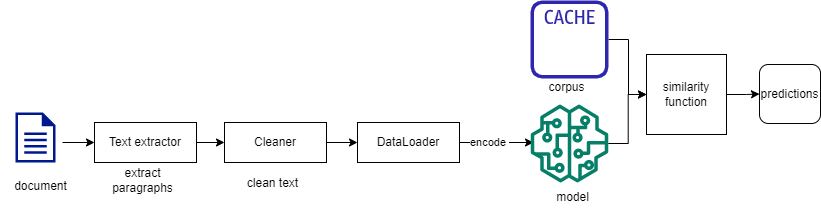
Before: docs/plagiarism_predict.png, a diagram exported from draw.io (abdoulfataoh/doc-summary-and-plagiarism-detection). Source tidied: cells renumbered, new cells last; positions are measured from the earlier drawing's top-left corner, leaving out a move shared by most shapes. Its diagram source:
```xml
<mxGraphModel>
  <root>
    <mxCell id="0" />
    <mxCell id="1" parent="0" />
    <mxCell id="2" style="edgeStyle=orthogonalEdgeStyle;rounded=0;jettySize=auto;html=1;entryX=0;entryY=0.5;entryDx=0;entryDy=0;" parent="1" edge="1" target="8">
      <mxGeometry relative="1" as="geometry">
        <mxPoint x="62" y="142" as="sourcePoint" />
      </mxGeometry>
    </mxCell>
    <mxCell id="3" value="&lt;span style=&quot;color: rgb(0, 0, 0); font-family: Helvetica; font-size: 11px; font-style: normal; font-variant-ligatures: normal; font-variant-caps: normal; font-weight: 400; letter-spacing: normal; orphans: 2; text-align: center; text-indent: 0px; text-transform: none; widows: 2; word-spacing: 0px; -webkit-text-stroke-width: 0px; background-color: rgb(255, 255, 255); text-decoration-thickness: initial; text-decoration-style: initial; text-decoration-color: initial; float: none; display: inline !important;&quot;&gt;encode&amp;nbsp;&lt;br&gt;&lt;/span&gt;" style="edgeStyle=orthogonalEdgeStyle;rounded=0;orthogonalLoop=1;jettySize=auto;html=1;" parent="1" edge="1">
      <mxGeometry relative="1" as="geometry">
        <mxPoint x="444" y="142" as="sourcePoint" />
        <mxPoint x="533" y="142" as="targetPoint" />
      </mxGeometry>
    </mxCell>
    <mxCell id="4" value="DataLoader" style="rounded=0;whiteSpace=wrap;html=1;" parent="1" vertex="1">
      <mxGeometry x="357" y="122" width="102" height="40" as="geometry" />
    </mxCell>
    <mxCell id="5" style="edgeStyle=orthogonalEdgeStyle;rounded=0;jettySize=auto;html=1;" parent="1" edge="1" source="6" target="4">
      <mxGeometry relative="1" as="geometry" />
    </mxCell>
    <mxCell id="6" value="Cleaner" style="rounded=0;whiteSpace=wrap;html=1;" parent="1" vertex="1">
      <mxGeometry x="224" y="122" width="102" height="40" as="geometry" />
    </mxCell>
    <mxCell id="7" style="edgeStyle=orthogonalEdgeStyle;rounded=0;jettySize=auto;html=1;" parent="1" edge="1" source="8" target="6">
      <mxGeometry relative="1" as="geometry" />
    </mxCell>
    <mxCell id="8" value="Text extractor" style="rounded=0;whiteSpace=wrap;html=1;" parent="1" vertex="1">
      <mxGeometry x="94" y="122" width="102" height="40" as="geometry" />
    </mxCell>
    <mxCell id="9" value="model" style="text;html=1;align=center;verticalAlign=middle;strokeColor=none;fillColor=none;" parent="1" vertex="1">
      <mxGeometry x="542" y="182" width="60" height="30" as="geometry" />
    </mxCell>
    <mxCell id="10" style="edgeStyle=orthogonalEdgeStyle;rounded=0;jettySize=auto;html=1;" parent="1" edge="1" source="11" target="17">
      <mxGeometry relative="1" as="geometry" />
    </mxCell>
    <mxCell id="11" style="sketch=0;outlineConnect=0;fontColor=#232F3E;gradientColor=none;fillColor=#067F68;strokeColor=none;dashed=0;verticalLabelPosition=bottom;verticalAlign=top;align=center;html=1;fontSize=12;fontStyle=0;shape=mxgraph.aws4.sagemaker_model;" parent="1" vertex="1">
      <mxGeometry x="530" y="104" width="78" height="78" as="geometry" />
    </mxCell>
    <mxCell id="12" value="document&lt;br&gt;" style="text;html=1;align=center;verticalAlign=middle;strokeColor=none;fillColor=none;" parent="1" vertex="1">
      <mxGeometry y="171" width="80" height="30" as="geometry" />
    </mxCell>
    <mxCell id="13" value="extract &lt;br&gt;paragraphs" style="text;html=1;align=center;verticalAlign=middle;strokeColor=none;fillColor=none;" parent="1" vertex="1">
      <mxGeometry x="102" y="160" width="80" height="40" as="geometry" />
    </mxCell>
    <mxCell id="14" style="sketch=0;shadow=0;dashed=0;html=1;strokeColor=none;labelPosition=center;verticalLabelPosition=bottom;verticalAlign=top;align=center;fillColor=#00188D;shape=mxgraph.mscae.enterprise.document;" parent="1" vertex="1">
      <mxGeometry x="15" y="112" width="40" height="50" as="geometry" />
    </mxCell>
    <mxCell id="15" value="clean text" style="text;html=1;align=center;verticalAlign=middle;strokeColor=none;fillColor=none;" parent="1" vertex="1">
      <mxGeometry x="237" y="168" width="70" height="30" as="geometry" />
    </mxCell>
    <mxCell id="16" style="edgeStyle=orthogonalEdgeStyle;rounded=0;jettySize=auto;html=1;" parent="1" edge="1" source="17" target="20">
      <mxGeometry relative="1" as="geometry" />
    </mxCell>
    <mxCell id="17" value="similarity function" style="whiteSpace=wrap;html=1;" parent="1" vertex="1">
      <mxGeometry x="646" y="54" width="80" height="80" as="geometry" />
    </mxCell>
    <mxCell id="18" style="edgeStyle=orthogonalEdgeStyle;rounded=0;jettySize=auto;html=1;" parent="1" edge="1" source="19" target="17">
      <mxGeometry relative="1" as="geometry" />
    </mxCell>
    <mxCell id="19" style="sketch=0;outlineConnect=0;fontColor=#232F3E;gradientColor=none;fillColor=#2E27AD;strokeColor=none;dashed=0;verticalLabelPosition=bottom;verticalAlign=top;align=center;html=1;fontSize=12;fontStyle=0;shape=mxgraph.aws4.cache_node;" parent="1" vertex="1">
      <mxGeometry x="530" width="78" height="78" as="geometry" />
    </mxCell>
    <mxCell id="20" value="predictions" style="rounded=1;whiteSpace=wrap;html=1;" parent="1" vertex="1">
      <mxGeometry x="759" y="64" width="61" height="59" as="geometry" />
    </mxCell>
    <mxCell id="21" value="corpus" style="text;html=1;align=center;verticalAlign=middle;strokeColor=none;fillColor=none;" parent="1" vertex="1">
      <mxGeometry x="536" y="72" width="60" height="30" as="geometry" />
    </mxCell>
  </root>
</mxGraphModel>
```
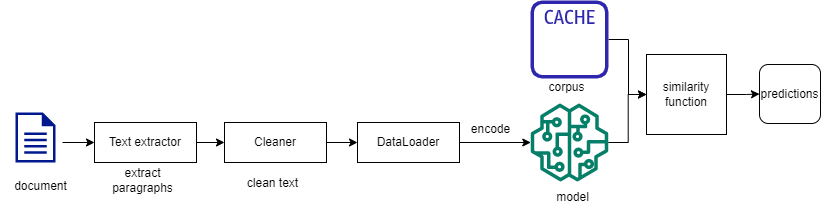
The same diagram one commit later.

Change to the diagram source:
```diff
@@ -7,12 +7,9 @@
         <mxPoint x="62" y="142" as="sourcePoint" />
       </mxGeometry>
     </mxCell>
-    <mxCell id="3" value="&lt;span style=&quot;color: rgb(0, 0, 0); font-family: Helvetica; font-size: 11px; font-style: normal; font-variant-ligatures: normal; font-variant-caps: normal; font-weight: 400; letter-spacing: normal; orphans: 2; text-align: center; text-indent: 0px; text-transform: none; widows: 2; word-spacing: 0px; -webkit-text-stroke-width: 0px; background-color: rgb(255, 255, 255); text-decoration-thickness: initial; text-decoration-style: initial; text-decoration-color: initial; float: none; display: inline !important;&quot;&gt;encode&amp;nbsp;&lt;br&gt;&lt;/span&gt;" style="edgeStyle=orthogonalEdgeStyle;rounded=0;orthogonalLoop=1;jettySize=auto;html=1;" parent="1" edge="1">
-      <mxGeometry relative="1" as="geometry">
-        <mxPoint x="444" y="142" as="sourcePoint" />
-        <mxPoint x="533" y="142" as="targetPoint" />
-      </mxGeometry>
-    </mxCell>
+    <mxCell id="22" style="edgeStyle=orthogonalEdgeStyle;rounded=0;jettySize=auto;html=1;" parent="1" edge="1" source="4" target="11">
+      <mxGeometry relative="1" as="geometry" />
+    </mxCell>
     <mxCell id="4" value="DataLoader" style="rounded=0;whiteSpace=wrap;html=1;" parent="1" vertex="1">
       <mxGeometry x="357" y="122" width="102" height="40" as="geometry" />
     </mxCell>
@@ -35,7 +32,7 @@
       <mxGeometry relative="1" as="geometry" />
     </mxCell>
     <mxCell id="11" style="sketch=0;outlineConnect=0;fontColor=#232F3E;gradientColor=none;fillColor=#067F68;strokeColor=none;dashed=0;verticalLabelPosition=bottom;verticalAlign=top;align=center;html=1;fontSize=12;fontStyle=0;shape=mxgraph.aws4.sagemaker_model;" parent="1" vertex="1">
-      <mxGeometry x="530" y="104" width="78" height="78" as="geometry" />
+      <mxGeometry x="530" y="103" width="78" height="78" as="geometry" />
     </mxCell>
     <mxCell id="12" value="document&lt;br&gt;" style="text;html=1;align=center;verticalAlign=middle;strokeColor=none;fillColor=none;" parent="1" vertex="1">
       <mxGeometry y="171" width="80" height="30" as="geometry" />
@@ -67,5 +64,8 @@
     <mxCell id="21" value="corpus" style="text;html=1;align=center;verticalAlign=middle;strokeColor=none;fillColor=none;" parent="1" vertex="1">
       <mxGeometry x="536" y="72" width="60" height="30" as="geometry" />
     </mxCell>
+    <mxCell id="3" value="encode" style="text;html=1;align=center;verticalAlign=middle;strokeColor=none;fillColor=none;" parent="1" vertex="1">
+      <mxGeometry x="460" y="114" width="60" height="30" as="geometry" />
+    </mxCell>
   </root>
 </mxGraphModel>
```
